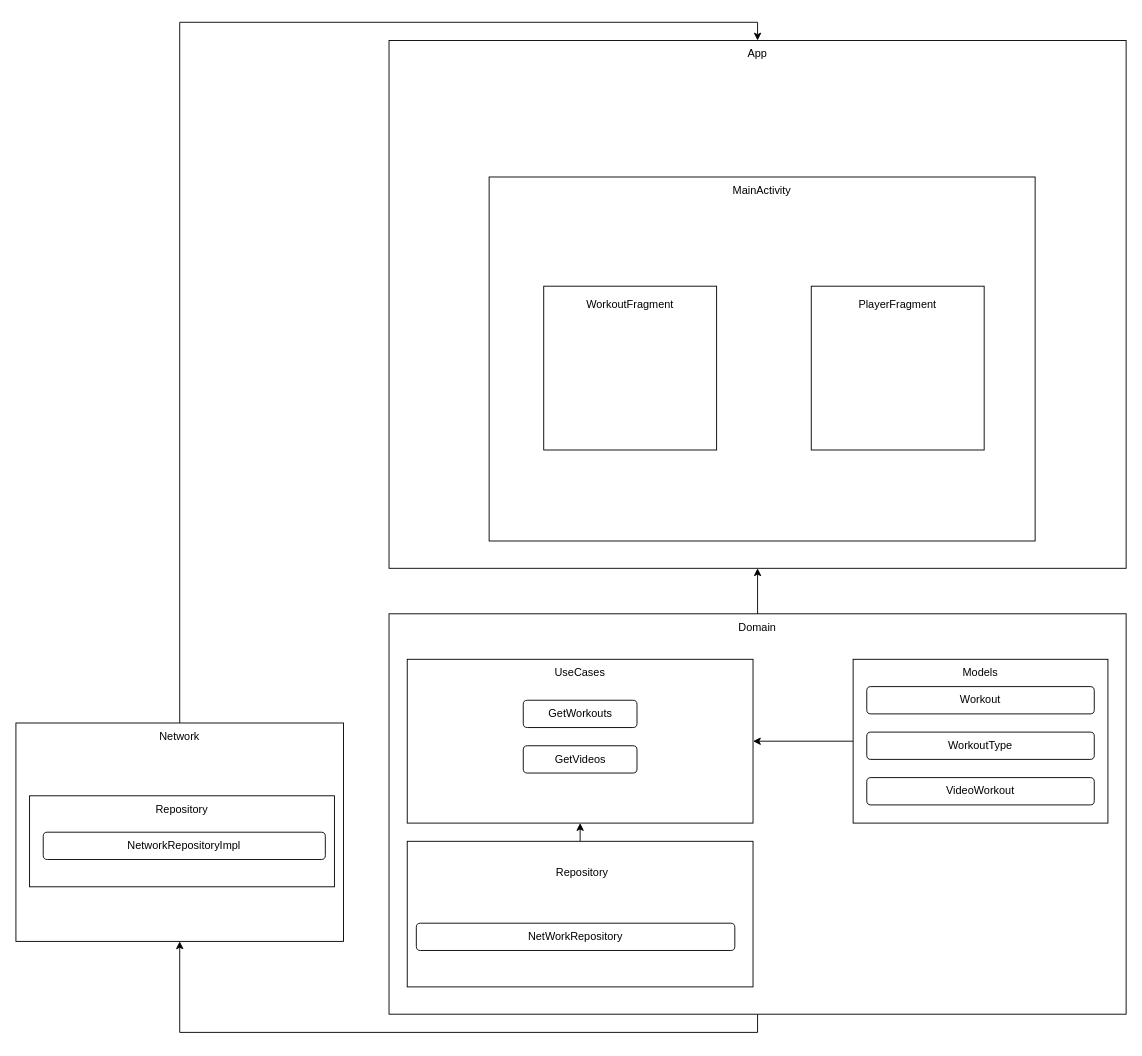
Before: arch.drawio in lissyo/FatFitBurn, a draw.io diagram. Source tidied: cells renumbered, new cells numbered last; positions are measured from the earlier drawing's top-left corner, leaving out a move shared by most shapes. Both pictures are drawn from the tidied source at 91%, with x=0, y=0 at pixel (15, 40).
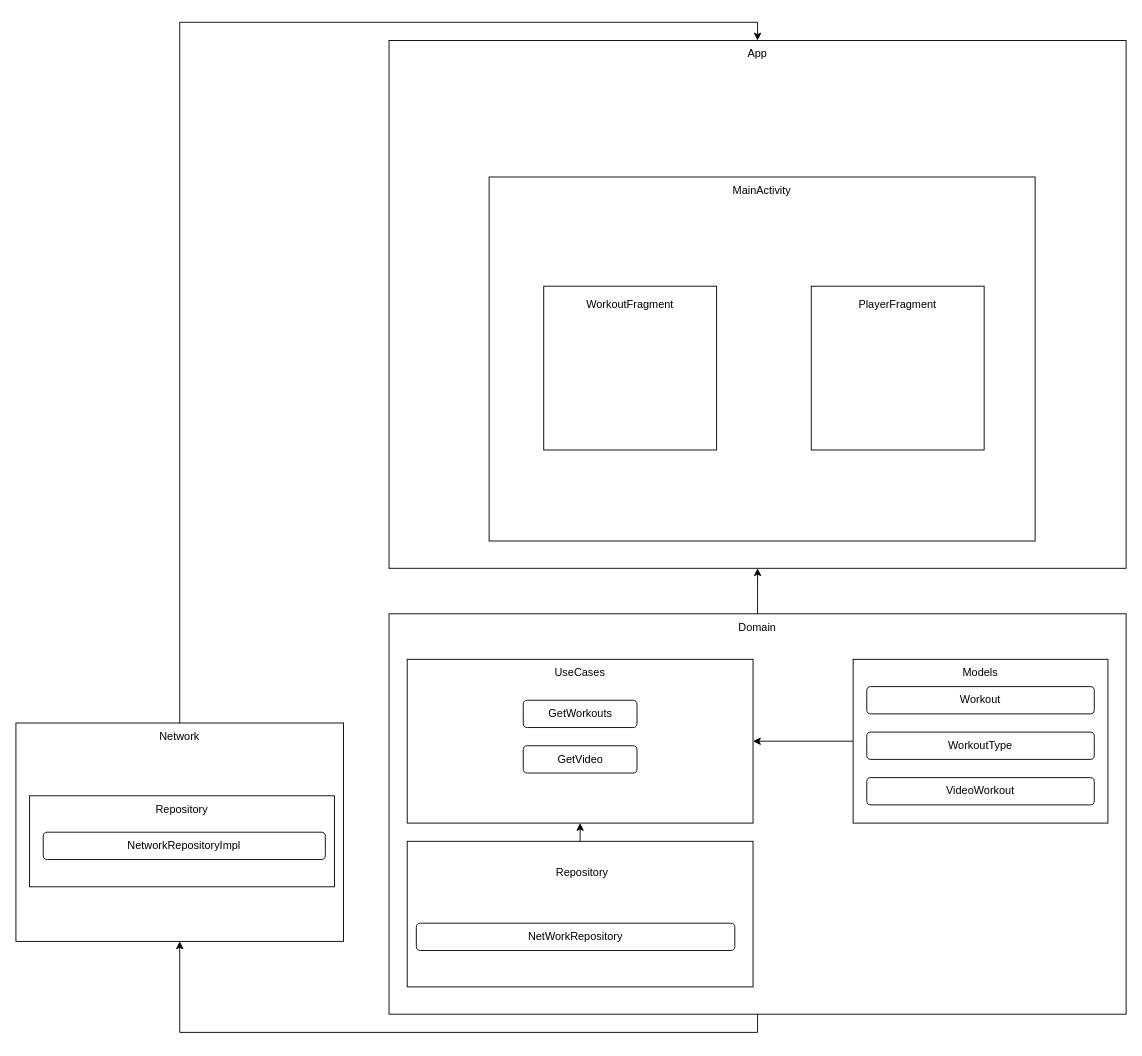
The same page after the edit.

What changed in the source:
```diff
@@
-    <mxCell id="16" value="GetVideos" style="rounded=1;whiteSpace=wrap;html=1;" parent="1" vertex="1">
+    <mxCell id="16" value="GetVideo" style="rounded=1;whiteSpace=wrap;html=1;" parent="1" vertex="1">
       <mxGeometry x="557.5" y="775" width="125" height="30" as="geometry" />
     </mxCell>
```
